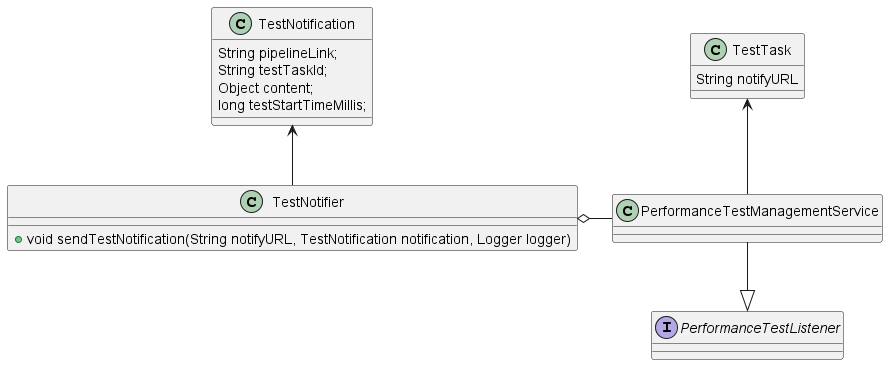
The PlantUML diagram docs/images/UML/test_notify_uml.png in microsoft/HydraLab, before a commit. The source it was exported from:
```plantuml
@startuml test_notify_uml
class TestTask {
    String notifyURL
}

class TestNotification {
    String pipelineLink;
    String testTaskId;
    Object content;
    long testStartTimeMillis;
}

class TestNotifier {
    + void sendTestNotification(String notifyURL, TestNotification notification, Logger logger)
}

interface PerformanceTestListener {
}

PerformanceTestManagementService -u-> TestTask
TestNotifier o- PerformanceTestManagementService
TestNotifier -u-> TestNotification
PerformanceTestManagementService -d-|> PerformanceTestListener
@enduml
```
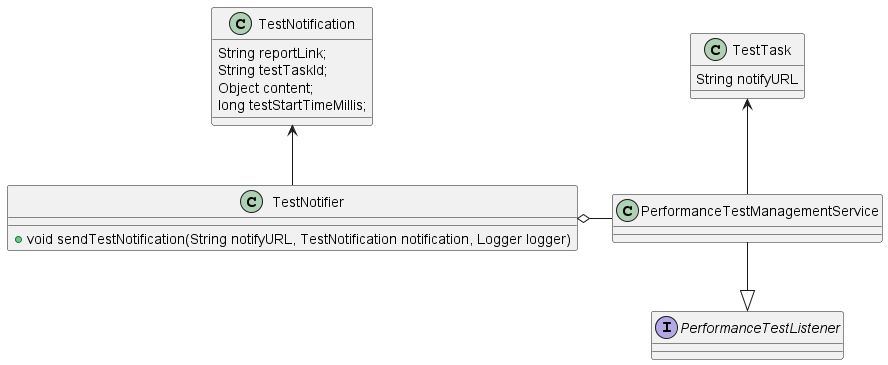
Later version of the same file.

The edit, as a diff of the source:
```diff
@@ -4,7 +4,7 @@
 }
 
 class TestNotification {
-    String pipelineLink;
+    String reportLink;
     String testTaskId;
     Object content;
     long testStartTimeMillis;
```
